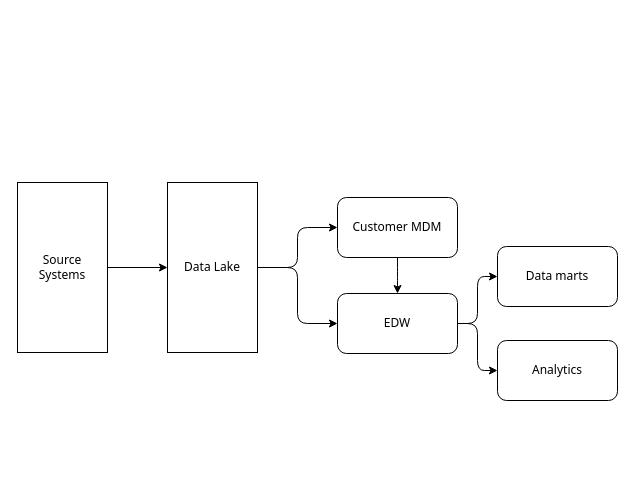
Before: GDPR.drawio in kanchantewary/MindMaps, a draw.io diagram. Source tidied: cells renumbered, new cells numbered last; positions are measured from the earlier drawing's top-left corner, leaving out a move shared by most shapes. Both pictures are drawn from the tidied source at 100%, with x=0, y=0 at pixel (17, 182).
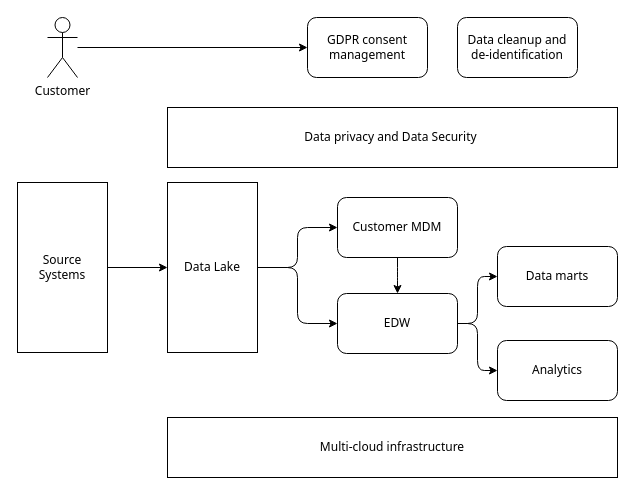
After the change.

Diff of the diagram source:
```diff
@@
 <mxGraphModel>
   <root>
     <mxCell id="0" />
     <mxCell id="1" parent="0" />
     <mxCell id="2" style="edgeStyle=orthogonalEdgeStyle;rounded=1;jettySize=auto;html=1;fontFamily=Tahoma;" parent="1" edge="1" source="3" target="6">
       <mxGeometry relative="1" as="geometry" />
     </mxCell>
     <mxCell id="3" value="Customer MDM" style="rounded=1;whiteSpace=wrap;html=1;fontFamily=Tahoma;" parent="1" vertex="1">
       <mxGeometry x="320" y="15" width="120" height="60" as="geometry" />
     </mxCell>
     <mxCell id="4" style="edgeStyle=orthogonalEdgeStyle;rounded=1;jettySize=auto;html=1;fontFamily=Tahoma;" parent="1" edge="1" source="6" target="7">
       <mxGeometry relative="1" as="geometry" />
     </mxCell>
     <mxCell id="5" style="edgeStyle=orthogonalEdgeStyle;rounded=1;jettySize=auto;html=1;entryX=0;entryY=0.5;entryDx=0;entryDy=0;fontFamily=Tahoma;" parent="1" edge="1" source="6" target="8">
       <mxGeometry relative="1" as="geometry" />
     </mxCell>
     <mxCell id="6" value="EDW" style="rounded=1;whiteSpace=wrap;html=1;fontFamily=Tahoma;" parent="1" vertex="1">
       <mxGeometry x="320" y="111" width="120" height="60" as="geometry" />
     </mxCell>
     <mxCell id="7" value="Data marts" style="rounded=1;whiteSpace=wrap;html=1;fontFamily=Tahoma;" parent="1" vertex="1">
       <mxGeometry x="480" y="64" width="120" height="60" as="geometry" />
     </mxCell>
     <mxCell id="8" value="Analytics" style="rounded=1;whiteSpace=wrap;html=1;fontFamily=Tahoma;" parent="1" vertex="1">
       <mxGeometry x="480" y="158" width="120" height="60" as="geometry" />
     </mxCell>
     <mxCell id="9" style="edgeStyle=orthogonalEdgeStyle;rounded=1;jettySize=auto;html=1;fontFamily=Tahoma;" parent="1" edge="1" source="11" target="3">
       <mxGeometry relative="1" as="geometry" />
     </mxCell>
     <mxCell id="10" style="edgeStyle=orthogonalEdgeStyle;rounded=1;jettySize=auto;html=1;fontFamily=Tahoma;" parent="1" edge="1" source="11" target="6">
       <mxGeometry relative="1" as="geometry" />
     </mxCell>
     <mxCell id="11" value="Data Lake" style="rounded=0;whiteSpace=wrap;html=1;fontFamily=Tahoma;" parent="1" vertex="1">
       <mxGeometry x="150" width="90" height="170" as="geometry" />
     </mxCell>
     <mxCell id="12" style="edgeStyle=orthogonalEdgeStyle;rounded=1;jettySize=auto;html=1;fontFamily=Tahoma;" parent="1" edge="1" source="13" target="11">
       <mxGeometry relative="1" as="geometry" />
     </mxCell>
     <mxCell id="13" value="Source Systems" style="rounded=0;whiteSpace=wrap;html=1;fontFamily=Tahoma;" parent="1" vertex="1">
       <mxGeometry width="90" height="170" as="geometry" />
     </mxCell>
+    <mxCell id="14" value="Data privacy and Data Security&amp;nbsp;" style="rounded=0;whiteSpace=wrap;html=1;fontFamily=Tahoma;" parent="1" vertex="1">
+      <mxGeometry x="150" y="-75" width="450" height="60" as="geometry" />
+    </mxCell>
+    <mxCell id="15" value="GDPR consent management" style="rounded=1;whiteSpace=wrap;html=1;fontFamily=Tahoma;" parent="1" vertex="1">
+      <mxGeometry x="290" y="-165" width="120" height="60" as="geometry" />
+    </mxCell>
+    <mxCell id="16" value="Data cleanup and de-identification" style="rounded=1;whiteSpace=wrap;html=1;fontFamily=Tahoma;" parent="1" vertex="1">
+      <mxGeometry x="440" y="-165" width="120" height="60" as="geometry" />
+    </mxCell>
+    <mxCell id="17" style="edgeStyle=orthogonalEdgeStyle;rounded=1;jettySize=auto;html=1;fontFamily=Tahoma;" parent="1" edge="1" source="18" target="15">
+      <mxGeometry relative="1" as="geometry" />
+    </mxCell>
+    <mxCell id="18" value="Customer" style="shape=umlActor;verticalLabelPosition=bottom;verticalAlign=top;html=1;outlineConnect=0;fontFamily=Tahoma;" parent="1" vertex="1">
+      <mxGeometry x="30" y="-165" width="30" height="60" as="geometry" />
+    </mxCell>
+    <mxCell id="19" value="Multi-cloud infrastructure" style="rounded=0;whiteSpace=wrap;html=1;fontFamily=Tahoma;" parent="1" vertex="1">
+      <mxGeometry x="150" y="235" width="450" height="60" as="geometry" />
+    </mxCell>
   </root>
 </mxGraphModel>
```
